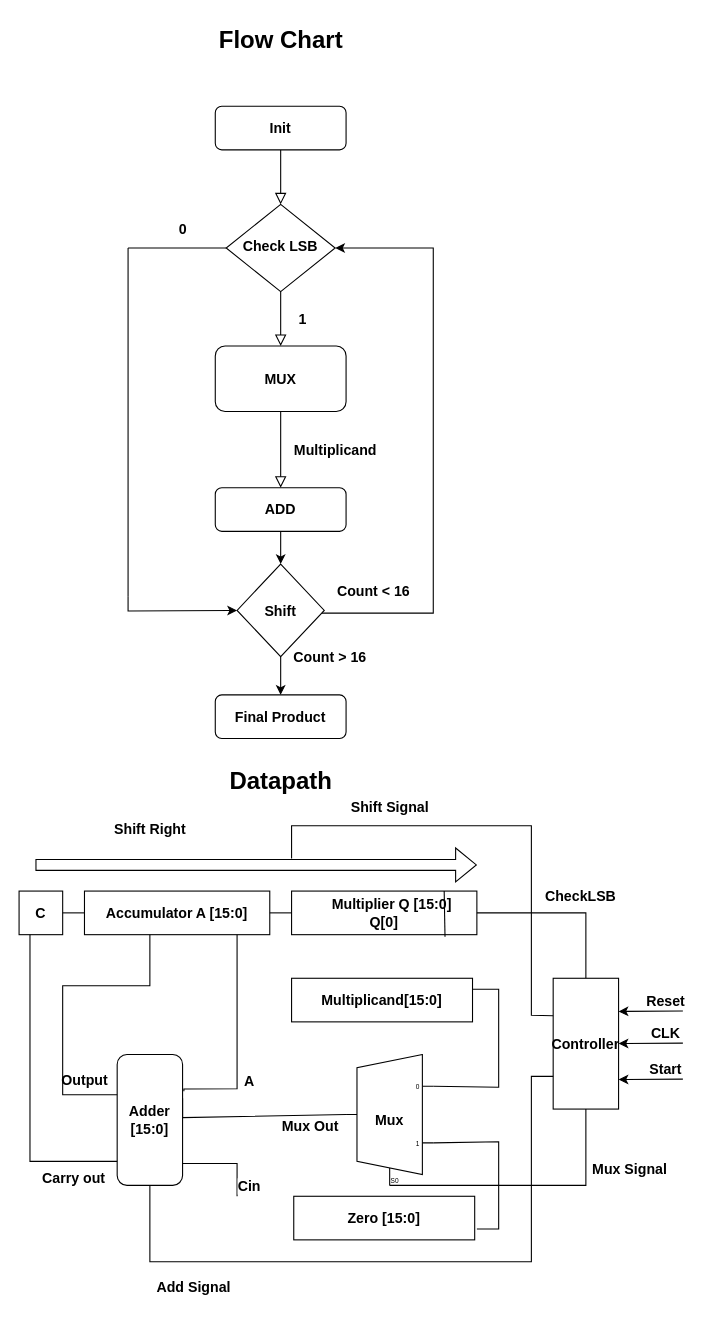
Hamzaweb49/seqmultiplier keeps this draw.io diagram as SeqMul.drawio. Above is the earlier version. Source tidied: cells renumbered, new cells numbered last; positions are measured from the earlier drawing's top-left corner, leaving out a move shared by most shapes. Both pictures are drawn from the tidied source at 109%, with x=0, y=0 at pixel (19, 19).
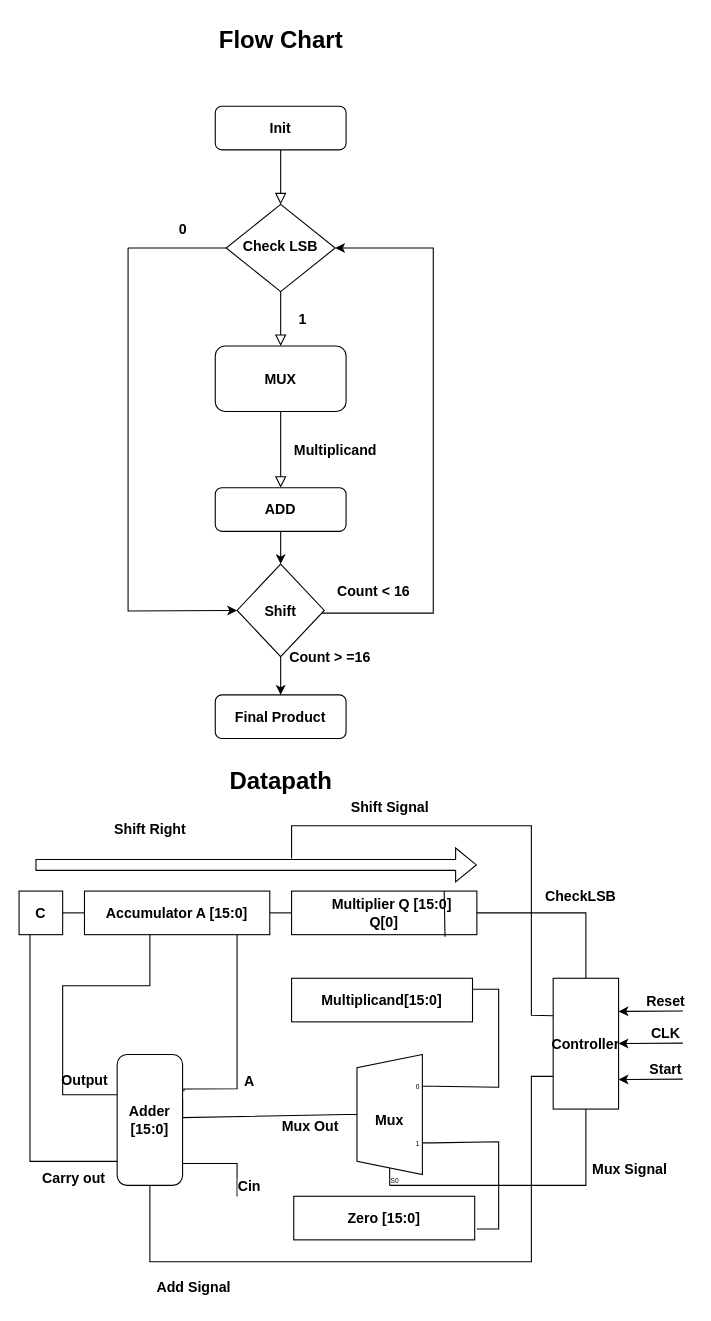
Above is the later version.

Diff of the diagram source:
```diff
@@
-    <mxCell id="19" value="&lt;b&gt;&lt;font style=&quot;font-size: 13px;&quot;&gt;Count &amp;gt; 16&lt;/font&gt;&lt;/b&gt;" style="text;html=1;align=center;verticalAlign=middle;strokeColor=none;fillColor=none;" parent="1" vertex="1">
-      <mxGeometry x="240" y="570" width="90" height="30" as="geometry" />
+    <mxCell id="19" value="&lt;b&gt;&lt;font style=&quot;font-size: 13px;&quot;&gt;Count &amp;gt; =16&lt;/font&gt;&lt;/b&gt;" style="text;html=1;align=center;verticalAlign=middle;strokeColor=none;fillColor=none;" parent="1" vertex="1">
+      <mxGeometry x="235" y="570" width="100" height="30" as="geometry" />
     </mxCell>
```
